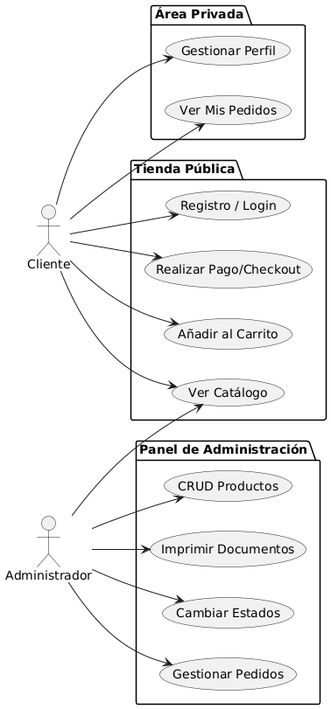
Before: ukey-DiagramaCasosdeUso.png, a diagram exported from PlantUML (Carmasa/u-key). Source of this version:
```plantuml
@startuml
left to right direction

actor Cliente as User
actor Administrador as Admin

package "Tienda Pública" {
  usecase "Ver Catálogo" as UC1
  usecase "Añadir al Carrito" as UC2
  usecase "Realizar Pago/Checkout" as UC3
  usecase "Registro / Login" as UC4
}

package "Área Privada" {
  usecase "Ver Mis Pedidos" as UC5
  usecase "Gestionar Perfil" as UC6
}

package "Panel de Administración" {
  usecase "Gestionar Pedidos" as UC7
  usecase "Cambiar Estados" as UC8
  usecase "Imprimir Documentos" as UC9
  usecase "CRUD Productos" as UC10
}

User --> UC1
User --> UC2
User --> UC3
User --> UC4
User --> UC5
User --> UC6

Admin --> UC7
Admin --> UC8
Admin --> UC9
Admin --> UC10
Admin --> UC1
@enduml
```
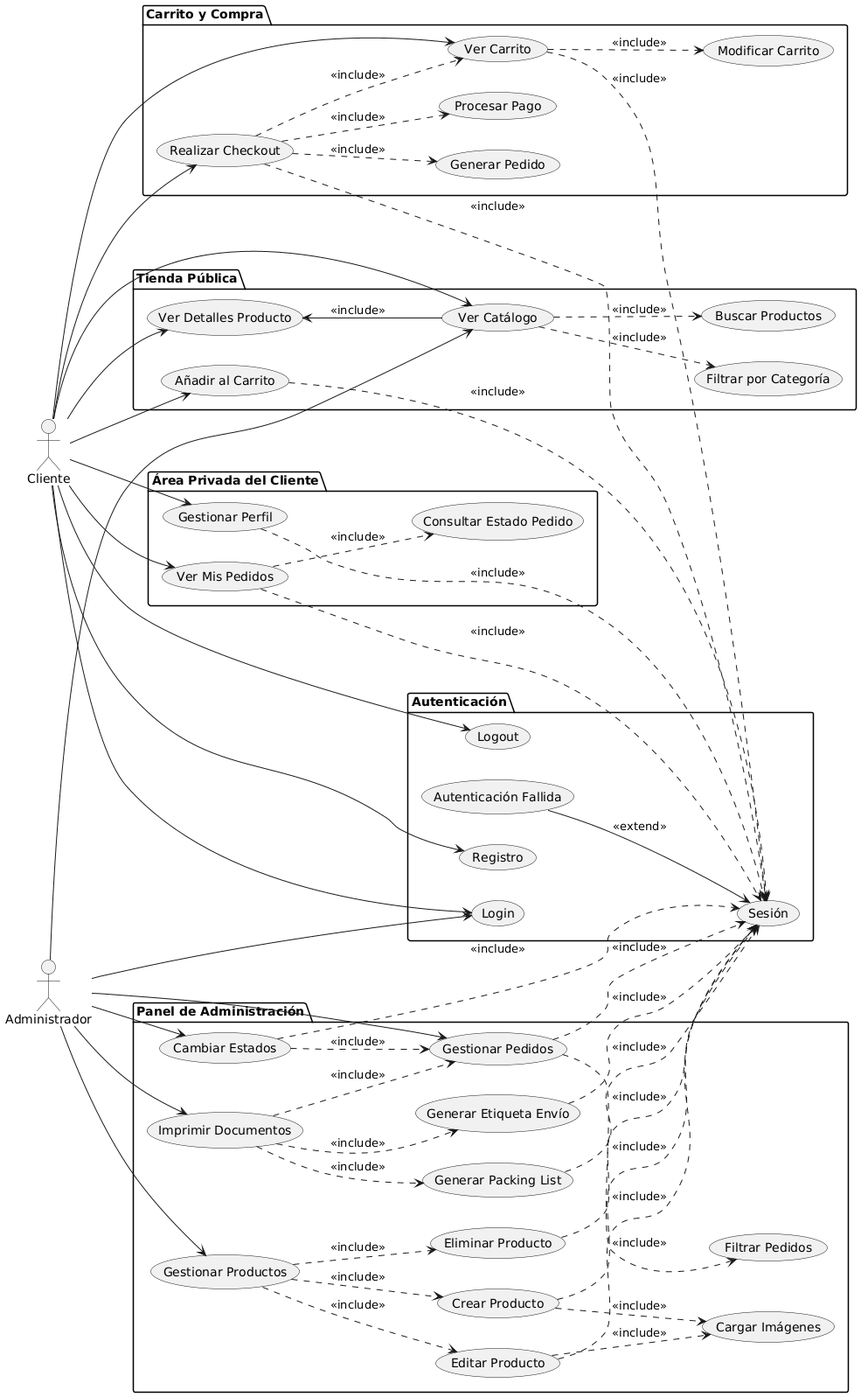
Later version of the same file.

Commit message:
Actualizado diagrama

Change to the diagram source:
```diff
@@ -6,33 +6,108 @@
 
 package "Tienda Pública" {
   usecase "Ver Catálogo" as UC1
-  usecase "Añadir al Carrito" as UC2
-  usecase "Realizar Pago/Checkout" as UC3
-  usecase "Registro / Login" as UC4
+  usecase "Buscar Productos" as UC1B
+  usecase "Filtrar por Categoría" as UC1C
+  usecase "Ver Detalles Producto" as UC2
+  usecase "Añadir al Carrito" as UC3
 }
 
-package "Área Privada" {
-  usecase "Ver Mis Pedidos" as UC5
-  usecase "Gestionar Perfil" as UC6
+package "Autenticación" {
+  usecase "Sesión" as UC_Session
+  usecase "Registro" as UC_Reg
+  usecase "Login" as UC_Log
+  usecase "Autenticación Fallida" as UC_Fail
+  usecase "Logout" as UC_LogOut
+}
+
+package "Carrito y Compra" {
+  usecase "Ver Carrito" as UC4
+  usecase "Modificar Carrito" as UC4M
+  usecase "Realizar Checkout" as UC5
+  usecase "Procesar Pago" as UC5P
+  usecase "Generar Pedido" as UC5G
+}
+
+package "Área Privada del Cliente" {
+  usecase "Ver Mis Pedidos" as UC6
+  usecase "Consultar Estado Pedido" as UC6B
+  usecase "Gestionar Perfil" as UC7
 }
 
 package "Panel de Administración" {
-  usecase "Gestionar Pedidos" as UC7
-  usecase "Cambiar Estados" as UC8
-  usecase "Imprimir Documentos" as UC9
-  usecase "CRUD Productos" as UC10
+  usecase "Gestionar Productos" as UC8
+  usecase "Crear Producto" as UC8C
+  usecase "Editar Producto" as UC8E
+  usecase "Eliminar Producto" as UC8D
+  usecase "Cargar Imágenes" as UC8I
+  usecase "Gestionar Pedidos" as UC9
+  usecase "Cambiar Estados" as UC10
+  usecase "Filtrar Pedidos" as UC10F
+  usecase "Imprimir Documentos" as UC11
+  usecase "Generar Packing List" as UC11P
+  usecase "Generar Etiqueta Envío" as UC11E
 }
 
 User --> UC1
+User --> UC_Reg
+User --> UC_Log
+
+UC1 ..> UC1B : <<include>>
+UC1 ..> UC1C : <<include>>
 User --> UC2
+UC2 <-- UC1 : <<include>>
+
+UC3 ..> UC_Session : <<include>>
 User --> UC3
+
+UC4 ..> UC_Session : <<include>>
 User --> UC4
+UC4 ..> UC4M : <<include>>
+
+UC5 ..> UC_Session : <<include>>
+UC5 ..> UC4 : <<include>>
+UC5 ..> UC5P : <<include>>
+UC5 ..> UC5G : <<include>>
 User --> UC5
+
+UC_Fail --> UC_Session : <<extend>>
+
+UC6 ..> UC_Session : <<include>>
+UC6 ..> UC6B : <<include>>
 User --> UC6
 
-Admin --> UC7
+UC7 ..> UC_Session : <<include>>
+User --> UC7
+
+User --> UC_LogOut
+
+
+Admin --> UC1
+Admin --> UC_Log
+
+UC8C ..> UC_Session : <<include>>
+UC8C ..> UC8I : <<include>>
+UC8E ..> UC_Session : <<include>>
+UC8E ..> UC8I : <<include>>
+UC8D ..> UC_Session : <<include>>
+
+UC8 ..> UC8C : <<include>>
+UC8 ..> UC8E : <<include>>
+UC8 ..> UC8D : <<include>>
 Admin --> UC8
+
+UC9 ..> UC_Session : <<include>>
+UC9 ..> UC10F : <<include>>
 Admin --> UC9
+
+UC10 ..> UC9 : <<include>>
+UC10 ..> UC_Session : <<include>>
 Admin --> UC10
-Admin --> UC1
+
+UC11P ..> UC_Session : <<include>>
+UC11E ..> UC_Session : <<include>>
+UC11 ..> UC11P : <<include>>
+UC11 ..> UC11E : <<include>>
+UC11 ..> UC9 : <<include>>
+Admin --> UC11
 @enduml
```
